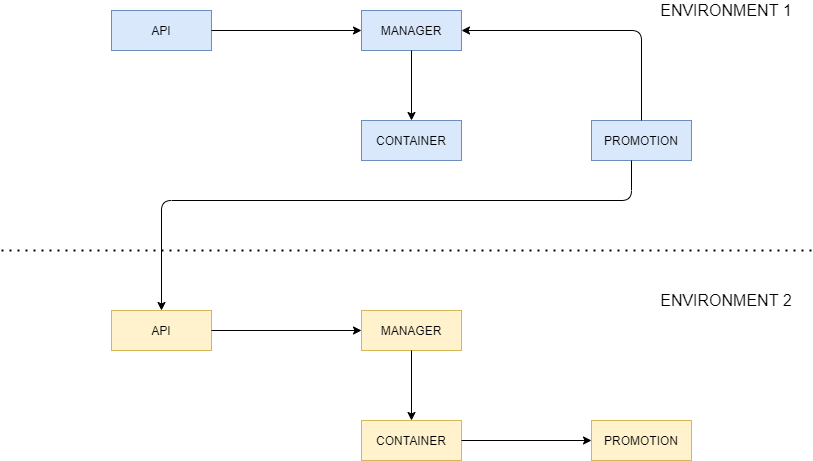
This is resources/img/service_register.png from p2key/p2key-service-register, a draw.io export, as it was before one commit. Source tidied: cells renumbered, new cells last; positions are measured from the earlier drawing's top-left corner, leaving out a move shared by most shapes. The source it was exported from:
```xml
<mxGraphModel>
  <root>
    <mxCell id="0" />
    <mxCell id="1" parent="0" />
    <mxCell id="2" value="API" style="rounded=0;whiteSpace=wrap;html=1;fillColor=#dae8fc;strokeColor=#6c8ebf;" parent="1" vertex="1">
      <mxGeometry x="110" y="10" width="100" height="40" as="geometry" />
    </mxCell>
    <mxCell id="3" value="MANAGER" style="rounded=0;whiteSpace=wrap;html=1;fillColor=#dae8fc;strokeColor=#6c8ebf;" parent="1" vertex="1">
      <mxGeometry x="360" y="10" width="100" height="40" as="geometry" />
    </mxCell>
    <mxCell id="4" value="CONTAINER" style="rounded=0;whiteSpace=wrap;html=1;fillColor=#dae8fc;strokeColor=#6c8ebf;" parent="1" vertex="1">
      <mxGeometry x="360" y="120" width="100" height="40" as="geometry" />
    </mxCell>
    <mxCell id="5" value="PROMOTION" style="rounded=0;whiteSpace=wrap;html=1;fillColor=#dae8fc;strokeColor=#6c8ebf;" parent="1" vertex="1">
      <mxGeometry x="590" y="120" width="100" height="40" as="geometry" />
    </mxCell>
    <mxCell id="6" style="endArrow=classic;html=1;exitX=1;exitY=0.5;exitDx=0;exitDy=0;entryX=0;entryY=0.5;entryDx=0;entryDy=0;" parent="1" edge="1" source="2" target="3">
      <mxGeometry relative="1" as="geometry" />
    </mxCell>
    <mxCell id="7" style="endArrow=classic;html=1;exitX=0.5;exitY=1;exitDx=0;exitDy=0;entryX=0.5;entryY=0;entryDx=0;entryDy=0;" parent="1" edge="1" source="3" target="4">
      <mxGeometry relative="1" as="geometry" />
    </mxCell>
    <mxCell id="8" value="API" style="rounded=0;whiteSpace=wrap;html=1;fillColor=#fff2cc;strokeColor=#d6b656;" parent="1" vertex="1">
      <mxGeometry x="110" y="310" width="100" height="40" as="geometry" />
    </mxCell>
    <mxCell id="9" value="MANAGER" style="rounded=0;whiteSpace=wrap;html=1;fillColor=#fff2cc;strokeColor=#d6b656;" parent="1" vertex="1">
      <mxGeometry x="360" y="310" width="100" height="40" as="geometry" />
    </mxCell>
    <mxCell id="10" value="CONTAINER" style="rounded=0;whiteSpace=wrap;html=1;fillColor=#fff2cc;strokeColor=#d6b656;" parent="1" vertex="1">
      <mxGeometry x="360" y="420" width="100" height="40" as="geometry" />
    </mxCell>
    <mxCell id="11" value="PROMOTION" style="rounded=0;whiteSpace=wrap;html=1;fillColor=#fff2cc;strokeColor=#d6b656;" parent="1" vertex="1">
      <mxGeometry x="590" y="420" width="100" height="40" as="geometry" />
    </mxCell>
    <mxCell id="12" style="endArrow=classic;html=1;exitX=1;exitY=0.5;exitDx=0;exitDy=0;entryX=0;entryY=0.5;entryDx=0;entryDy=0;" parent="1" edge="1" source="8" target="9">
      <mxGeometry relative="1" as="geometry" />
    </mxCell>
    <mxCell id="13" style="endArrow=classic;html=1;exitX=0.5;exitY=1;exitDx=0;exitDy=0;entryX=0.5;entryY=0;entryDx=0;entryDy=0;" parent="1" edge="1" source="9" target="10">
      <mxGeometry relative="1" as="geometry" />
    </mxCell>
    <mxCell id="14" style="endArrow=classic;html=1;exitX=1;exitY=0.5;exitDx=0;exitDy=0;entryX=0;entryY=0.5;entryDx=0;entryDy=0;" parent="1" edge="1" source="10" target="11">
      <mxGeometry relative="1" as="geometry" />
    </mxCell>
    <mxCell id="15" style="endArrow=classic;html=1;exitX=0.4;exitY=1;exitDx=0;exitDy=0;exitPerimeter=0;entryX=0.5;entryY=0;entryDx=0;entryDy=0;" parent="1" edge="1" source="5" target="8">
      <mxGeometry relative="1" as="geometry">
        <Array as="points">
          <mxPoint x="630" y="200" />
          <mxPoint x="160" y="200" />
        </Array>
      </mxGeometry>
    </mxCell>
    <mxCell id="16" style="endArrow=none;dashed=1;html=1;dashPattern=1 3;strokeWidth=2;" parent="1" edge="1">
      <mxGeometry relative="1" as="geometry">
        <mxPoint y="250" as="sourcePoint" />
        <mxPoint x="810" y="250" as="targetPoint" />
      </mxGeometry>
    </mxCell>
    <mxCell id="17" value="&lt;font style=&quot;font-size: 16px&quot;&gt;ENVIRONMENT 1&lt;/font&gt;" style="text;html=1;strokeColor=none;fillColor=none;align=center;verticalAlign=middle;whiteSpace=wrap;rounded=0;" parent="1" vertex="1">
      <mxGeometry x="640" width="170" height="20" as="geometry" />
    </mxCell>
    <mxCell id="18" value="&lt;span style=&quot;font-size: 16px&quot;&gt;ENVIRONMENT 2&lt;/span&gt;" style="text;html=1;strokeColor=none;fillColor=none;align=center;verticalAlign=middle;whiteSpace=wrap;rounded=0;" parent="1" vertex="1">
      <mxGeometry x="655" y="290" width="140" height="20" as="geometry" />
    </mxCell>
    <mxCell id="19" style="endArrow=classic;html=1;exitX=0.5;exitY=0;exitDx=0;exitDy=0;entryX=1;entryY=0.5;entryDx=0;entryDy=0;" parent="1" edge="1" source="5" target="3">
      <mxGeometry relative="1" as="geometry">
        <Array as="points">
          <mxPoint x="640" y="30" />
        </Array>
      </mxGeometry>
    </mxCell>
  </root>
</mxGraphModel>
```
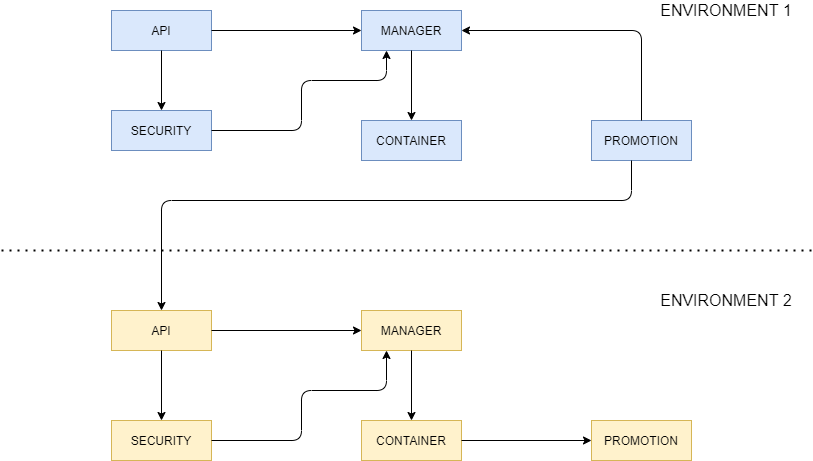
After the commit.

Commit message:
redesign component diagram

What changed in the source:
```diff
@@ -68,5 +68,36 @@
         </Array>
       </mxGeometry>
     </mxCell>
+    <mxCell id="20" value="SECURITY" style="rounded=0;whiteSpace=wrap;html=1;fillColor=#fff2cc;strokeColor=#d6b656;" parent="1" vertex="1">
+      <mxGeometry x="110" y="420" width="100" height="40" as="geometry" />
+    </mxCell>
+    <mxCell id="21" style="endArrow=classic;html=1;exitX=0.5;exitY=1;exitDx=0;exitDy=0;entryX=0.5;entryY=0;entryDx=0;entryDy=0;" parent="1" edge="1" source="8" target="20">
+      <mxGeometry relative="1" as="geometry" />
+    </mxCell>
+    <mxCell id="22" value="SECURITY" style="rounded=0;whiteSpace=wrap;html=1;fillColor=#dae8fc;strokeColor=#6c8ebf;" parent="1" vertex="1">
+      <mxGeometry x="110" y="110" width="100" height="40" as="geometry" />
+    </mxCell>
+    <mxCell id="23" style="endArrow=classic;html=1;exitX=0.5;exitY=1;exitDx=0;exitDy=0;entryX=0.5;entryY=0;entryDx=0;entryDy=0;" parent="1" edge="1" source="2" target="22">
+      <mxGeometry relative="1" as="geometry" />
+    </mxCell>
+    <mxCell id="24" style="endArrow=classic;html=1;exitX=1;exitY=0.5;exitDx=0;exitDy=0;entryX=0.25;entryY=1;entryDx=0;entryDy=0;" parent="1" edge="1" source="22" target="3">
+      <mxGeometry relative="1" as="geometry">
+        <Array as="points">
+          <mxPoint x="300" y="130" />
+          <mxPoint x="300" y="80" />
+          <mxPoint x="385" y="80" />
+        </Array>
+      </mxGeometry>
+    </mxCell>
+    <mxCell id="25" style="endArrow=classic;html=1;exitX=1;exitY=0.5;exitDx=0;exitDy=0;entryX=0.25;entryY=1;entryDx=0;entryDy=0;entryPerimeter=0;" parent="1" edge="1" target="9">
+      <mxGeometry relative="1" as="geometry">
+        <mxPoint x="210" y="440" as="sourcePoint" />
+        <Array as="points">
+          <mxPoint x="300" y="440" />
+          <mxPoint x="300" y="390" />
+          <mxPoint x="385" y="390" />
+        </Array>
+      </mxGeometry>
+    </mxCell>
   </root>
 </mxGraphModel>
```
